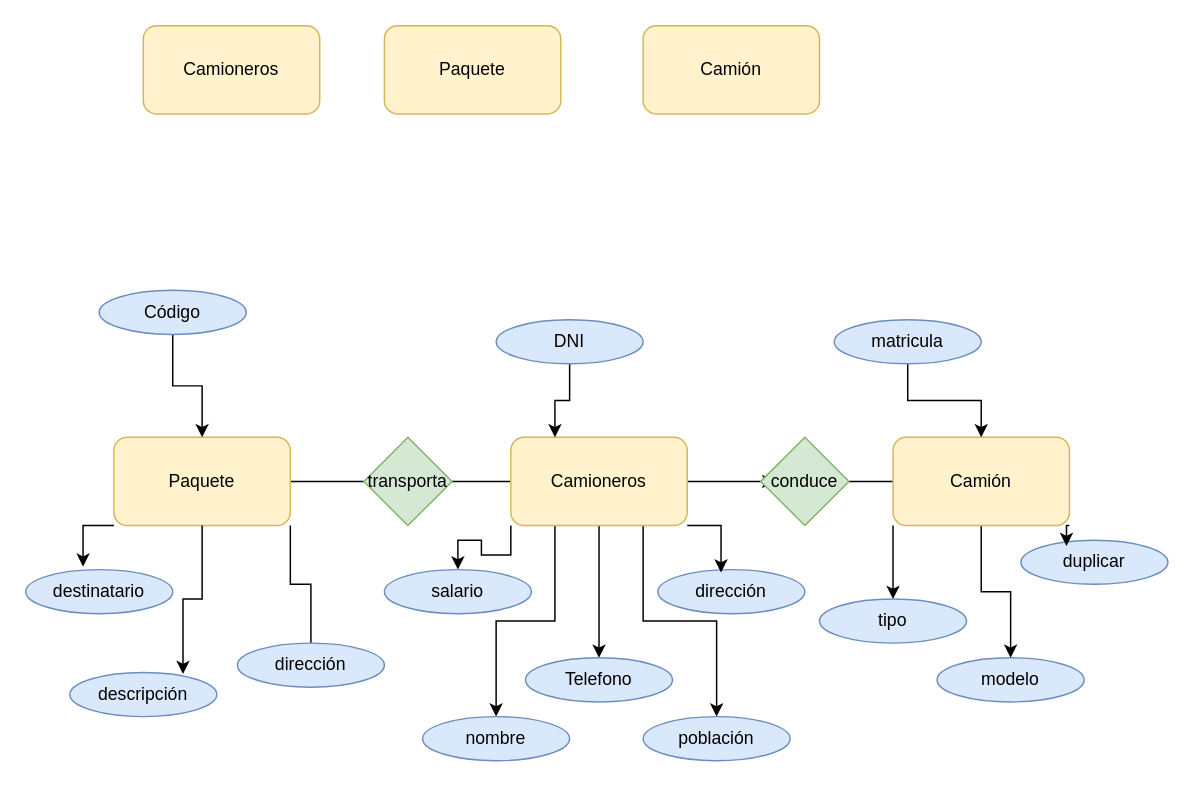
This is Unidad1/tareas/tarea2/Diagrama sin título.drawio from lalayond/base-datos-, a draw.io file, before an edit. Source tidied: cells renumbered, new cells numbered last; positions are measured from the earlier drawing's top-left corner, leaving out a move shared by most shapes. Both pictures are drawn from the tidied source at 147%, with x=0, y=0 at pixel (25, 25).
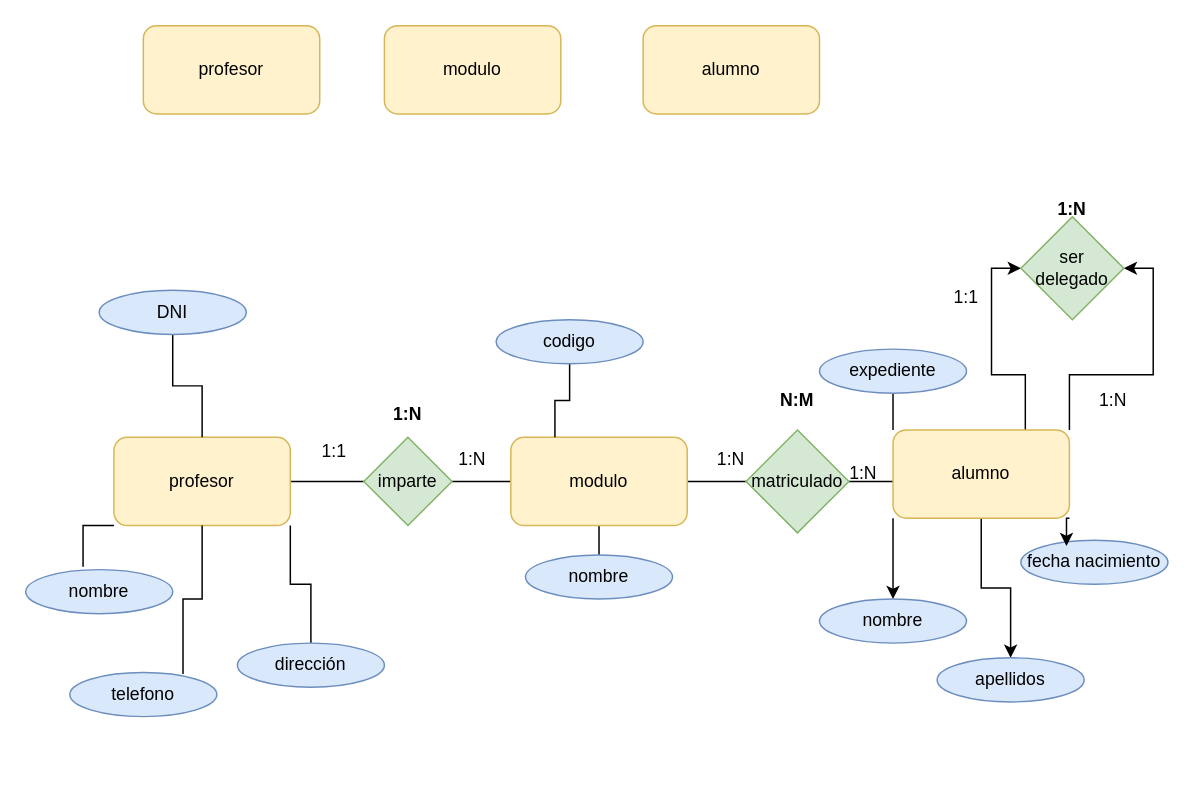
After the change.

The edit, as a diff of the source:
```diff
@@
-    <mxCell id="2" value="Camioneros" style="rounded=1;whiteSpace=wrap;html=1;fillColor=#fff2cc;strokeColor=#d6b656;" parent="1" vertex="1">
+    <mxCell id="2" value="profesor" style="rounded=1;whiteSpace=wrap;html=1;fillColor=#fff2cc;strokeColor=#d6b656;" parent="1" vertex="1">
       <mxGeometry x="80" width="120" height="60" as="geometry" />
     </mxCell>
-    <mxCell id="3" value="Paquete" style="rounded=1;whiteSpace=wrap;html=1;fillColor=#fff2cc;strokeColor=#d6b656;" parent="1" vertex="1">
+    <mxCell id="3" value="modulo" style="rounded=1;whiteSpace=wrap;html=1;fillColor=#fff2cc;strokeColor=#d6b656;" parent="1" vertex="1">
       <mxGeometry x="244" width="120" height="60" as="geometry" />
     </mxCell>
-    <mxCell id="4" value="Camión" style="rounded=1;whiteSpace=wrap;html=1;fillColor=#fff2cc;strokeColor=#d6b656;" parent="1" vertex="1">
+    <mxCell id="4" value="alumno" style="rounded=1;whiteSpace=wrap;html=1;fillColor=#fff2cc;strokeColor=#d6b656;" parent="1" vertex="1">
       <mxGeometry x="420" width="120" height="60" as="geometry" />
     </mxCell>
@@
-    <mxCell id="7" value="Paquete" style="rounded=1;whiteSpace=wrap;html=1;fillColor=#fff2cc;strokeColor=#d6b656;" parent="1" vertex="1">
+    <mxCell id="7" value="profesor" style="rounded=1;whiteSpace=wrap;html=1;fillColor=#fff2cc;strokeColor=#d6b656;" parent="1" vertex="1">
       <mxGeometry x="60" y="280" width="120" height="60" as="geometry" />
     </mxCell>
@@
-    <mxCell id="9" value="transporta" style="rhombus;whiteSpace=wrap;html=1;fillColor=#d5e8d4;strokeColor=#82b366;" parent="1" vertex="1">
+    <mxCell id="9" value="imparte" style="rhombus;whiteSpace=wrap;html=1;fillColor=#d5e8d4;strokeColor=#82b366;" parent="1" vertex="1">
       <mxGeometry x="230" y="280" width="60" height="60" as="geometry" />
     </mxCell>
@@
-    <mxCell id="11" style="edgeStyle=orthogonalEdgeStyle;rounded=0;jettySize=auto;html=1;exitX=0;exitY=1;exitDx=0;exitDy=0;" parent="1" edge="1" source="15" target="28">
+    <mxCell id="11" style="edgeStyle=orthogonalEdgeStyle;rounded=0;jettySize=auto;html=1;exitX=0.5;exitY=1;exitDx=0;exitDy=0;endArrow=none;endFill=0;" parent="1" edge="1" source="15" target="28">
       <mxGeometry relative="1" as="geometry" />
     </mxCell>
-    <mxCell id="12" style="edgeStyle=orthogonalEdgeStyle;rounded=0;jettySize=auto;html=1;exitX=0.25;exitY=1;exitDx=0;exitDy=0;" parent="1" edge="1" source="15" target="27">
-      <mxGeometry relative="1" as="geometry" />
-    </mxCell>
-    <mxCell id="13" style="edgeStyle=orthogonalEdgeStyle;rounded=0;jettySize=auto;html=1;exitX=0.75;exitY=1;exitDx=0;exitDy=0;" parent="1" edge="1" source="15" target="29">
-      <mxGeometry relative="1" as="geometry" />
-    </mxCell>
-    <mxCell id="14" style="edgeStyle=orthogonalEdgeStyle;rounded=0;jettySize=auto;html=1;exitX=0.5;exitY=1;exitDx=0;exitDy=0;entryX=0.5;entryY=0;entryDx=0;entryDy=0;" parent="1" edge="1" source="15" target="33">
-      <mxGeometry relative="1" as="geometry" />
-    </mxCell>
-    <mxCell id="15" value="Camioneros" style="rounded=1;whiteSpace=wrap;html=1;fillColor=#fff2cc;strokeColor=#d6b656;" parent="1" vertex="1">
+    <mxCell id="15" value="modulo" style="rounded=1;whiteSpace=wrap;html=1;fillColor=#fff2cc;strokeColor=#d6b656;" parent="1" vertex="1">
       <mxGeometry x="330" y="280" width="120" height="60" as="geometry" />
     </mxCell>
@@
-    <mxCell id="17" value="conduce" style="rhombus;whiteSpace=wrap;html=1;fillColor=#d5e8d4;strokeColor=#82b366;" parent="1" vertex="1">
-      <mxGeometry x="500" y="280" width="60" height="60" as="geometry" />
+    <mxCell id="17" value="matriculado" style="rhombus;whiteSpace=wrap;html=1;fillColor=#d5e8d4;strokeColor=#82b366;" parent="1" vertex="1">
+      <mxGeometry x="490" y="275" width="70" height="70" as="geometry" />
     </mxCell>
@@
+    <mxCell id="42" style="edgeStyle=orthogonalEdgeStyle;rounded=0;jettySize=auto;html=1;exitX=1;exitY=0;exitDx=0;exitDy=0;entryX=1;entryY=0.5;entryDx=0;entryDy=0;" parent="1" edge="1" source="20" target="45">
+      <mxGeometry relative="1" as="geometry" />
+    </mxCell>
+    <mxCell id="43" style="edgeStyle=orthogonalEdgeStyle;rounded=0;jettySize=auto;html=1;exitX=0.75;exitY=0;exitDx=0;exitDy=0;entryX=0;entryY=0.5;entryDx=0;entryDy=0;" parent="1" edge="1" source="20" target="45">
+      <mxGeometry relative="1" as="geometry" />
+    </mxCell>
+    <mxCell id="44" style="edgeStyle=orthogonalEdgeStyle;rounded=0;jettySize=auto;html=1;exitX=0;exitY=0;exitDx=0;exitDy=0;" parent="1" edge="1" source="20">
+      <mxGeometry relative="1" as="geometry">
+        <mxPoint x="590" y="240" as="targetPoint" />
+      </mxGeometry>
+    </mxCell>
-    <mxCell id="20" value="Camión" style="rounded=1;whiteSpace=wrap;html=1;fillColor=#fff2cc;strokeColor=#d6b656;" parent="1" vertex="1">
-      <mxGeometry x="590" y="280" width="120" height="60" as="geometry" />
+    <mxCell id="20" value="alumno" style="rounded=1;whiteSpace=wrap;html=1;fillColor=#fff2cc;strokeColor=#d6b656;" parent="1" vertex="1">
+      <mxGeometry x="590" y="275" width="120" height="60" as="geometry" />
     </mxCell>
-    <mxCell id="21" style="edgeStyle=orthogonalEdgeStyle;rounded=0;jettySize=auto;html=1;exitX=0.5;exitY=1;exitDx=0;exitDy=0;" parent="1" edge="1" source="22" target="7">
+    <mxCell id="21" style="edgeStyle=orthogonalEdgeStyle;rounded=0;jettySize=auto;html=1;exitX=0.5;exitY=1;exitDx=0;exitDy=0;endArrow=none;endFill=0;" parent="1" edge="1" source="22" target="7">
       <mxGeometry relative="1" as="geometry" />
     </mxCell>
-    <mxCell id="22" value="Código" style="ellipse;whiteSpace=wrap;html=1;fillColor=#dae8fc;strokeColor=#6c8ebf;" parent="1" vertex="1">
+    <mxCell id="22" value="DNI" style="ellipse;whiteSpace=wrap;html=1;fillColor=#dae8fc;strokeColor=#6c8ebf;" parent="1" vertex="1">
       <mxGeometry x="50" y="180" width="100" height="30" as="geometry" />
     </mxCell>
-    <mxCell id="23" value="destinatario" style="ellipse;whiteSpace=wrap;html=1;fillColor=#dae8fc;strokeColor=#6c8ebf;" parent="1" vertex="1">
+    <mxCell id="23" value="nombre" style="ellipse;whiteSpace=wrap;html=1;fillColor=#dae8fc;strokeColor=#6c8ebf;" parent="1" vertex="1">
       <mxGeometry y="370" width="100" height="30" as="geometry" />
     </mxCell>
-    <mxCell id="24" value="descripción" style="ellipse;whiteSpace=wrap;html=1;fillColor=#dae8fc;strokeColor=#6c8ebf;" parent="1" vertex="1">
+    <mxCell id="24" value="telefono" style="ellipse;whiteSpace=wrap;html=1;fillColor=#dae8fc;strokeColor=#6c8ebf;" parent="1" vertex="1">
       <mxGeometry x="30" y="440" width="100" height="30" as="geometry" />
     </mxCell>
@@
-    <mxCell id="26" value="dirección" style="ellipse;whiteSpace=wrap;html=1;fillColor=#dae8fc;strokeColor=#6c8ebf;" parent="1" vertex="1">
-      <mxGeometry x="430" y="370" width="100" height="30" as="geometry" />
-    </mxCell>
-    <mxCell id="27" value="nombre" style="ellipse;whiteSpace=wrap;html=1;fillColor=#dae8fc;strokeColor=#6c8ebf;" parent="1" vertex="1">
-      <mxGeometry x="270" y="470" width="100" height="30" as="geometry" />
-    </mxCell>
-    <mxCell id="28" value="salario" style="ellipse;whiteSpace=wrap;html=1;fillColor=#dae8fc;strokeColor=#6c8ebf;" parent="1" vertex="1">
-      <mxGeometry x="244" y="370" width="100" height="30" as="geometry" />
+    <mxCell id="28" value="nombre" style="ellipse;whiteSpace=wrap;html=1;fillColor=#dae8fc;strokeColor=#6c8ebf;" parent="1" vertex="1">
+      <mxGeometry x="340" y="360" width="100" height="30" as="geometry" />
     </mxCell>
-    <mxCell id="29" value="población" style="ellipse;whiteSpace=wrap;html=1;fillColor=#dae8fc;strokeColor=#6c8ebf;" parent="1" vertex="1">
-      <mxGeometry x="420" y="470" width="100" height="30" as="geometry" />
-    </mxCell>
-    <mxCell id="30" style="edgeStyle=orthogonalEdgeStyle;rounded=0;jettySize=auto;html=1;exitX=0.5;exitY=1;exitDx=0;exitDy=0;entryX=0.25;entryY=0;entryDx=0;entryDy=0;" parent="1" edge="1" source="31" target="15">
+    <mxCell id="30" style="edgeStyle=orthogonalEdgeStyle;rounded=0;jettySize=auto;html=1;exitX=0.5;exitY=1;exitDx=0;exitDy=0;entryX=0.25;entryY=0;entryDx=0;entryDy=0;endArrow=none;endFill=0;" parent="1" edge="1" source="31" target="15">
       <mxGeometry relative="1" as="geometry" />
     </mxCell>
-    <mxCell id="31" value="DNI" style="ellipse;whiteSpace=wrap;html=1;fillColor=#dae8fc;strokeColor=#6c8ebf;" parent="1" vertex="1">
+    <mxCell id="31" value="codigo" style="ellipse;whiteSpace=wrap;html=1;fillColor=#dae8fc;strokeColor=#6c8ebf;" parent="1" vertex="1">
       <mxGeometry x="320" y="200" width="100" height="30" as="geometry" />
     </mxCell>
-    <mxCell id="32" style="edgeStyle=orthogonalEdgeStyle;rounded=0;jettySize=auto;html=1;exitX=1;exitY=1;exitDx=0;exitDy=0;entryX=0.43;entryY=0.067;entryDx=0;entryDy=0;entryPerimeter=0;" parent="1" edge="1" source="15" target="26">
-      <mxGeometry relative="1" as="geometry" />
-    </mxCell>
-    <mxCell id="33" value="Telefono" style="ellipse;whiteSpace=wrap;html=1;fillColor=#dae8fc;strokeColor=#6c8ebf;" parent="1" vertex="1">
-      <mxGeometry x="340" y="430" width="100" height="30" as="geometry" />
-    </mxCell>
-    <mxCell id="34" style="edgeStyle=orthogonalEdgeStyle;rounded=0;jettySize=auto;html=1;exitX=0.5;exitY=1;exitDx=0;exitDy=0;" parent="1" edge="1" source="35" target="20">
-      <mxGeometry relative="1" as="geometry" />
-    </mxCell>
-    <mxCell id="35" value="matricula" style="ellipse;whiteSpace=wrap;html=1;fillColor=#dae8fc;strokeColor=#6c8ebf;" parent="1" vertex="1">
-      <mxGeometry x="550" y="200" width="100" height="30" as="geometry" />
-    </mxCell>
-    <mxCell id="36" value="tipo" style="ellipse;whiteSpace=wrap;html=1;fillColor=#dae8fc;strokeColor=#6c8ebf;" parent="1" vertex="1">
+    <mxCell id="36" value="nombre" style="ellipse;whiteSpace=wrap;html=1;fillColor=#dae8fc;strokeColor=#6c8ebf;" parent="1" vertex="1">
       <mxGeometry x="540" y="390" width="100" height="30" as="geometry" />
     </mxCell>
-    <mxCell id="37" value="duplicar" style="ellipse;whiteSpace=wrap;html=1;fillColor=#dae8fc;strokeColor=#6c8ebf;" parent="1" vertex="1">
+    <mxCell id="37" value="fecha nacimiento" style="ellipse;whiteSpace=wrap;html=1;fillColor=#dae8fc;strokeColor=#6c8ebf;" parent="1" vertex="1">
       <mxGeometry x="677" y="350" width="100" height="30" as="geometry" />
     </mxCell>
-    <mxCell id="38" value="modelo" style="ellipse;whiteSpace=wrap;html=1;fillColor=#dae8fc;strokeColor=#6c8ebf;" parent="1" vertex="1">
+    <mxCell id="38" value="apellidos" style="ellipse;whiteSpace=wrap;html=1;fillColor=#dae8fc;strokeColor=#6c8ebf;" parent="1" vertex="1">
       <mxGeometry x="620" y="430" width="100" height="30" as="geometry" />
     </mxCell>
@@
-    <mxCell id="40" style="edgeStyle=orthogonalEdgeStyle;rounded=0;jettySize=auto;html=1;exitX=0;exitY=1;exitDx=0;exitDy=0;entryX=0.39;entryY=-0.067;entryDx=0;entryDy=0;entryPerimeter=0;" parent="1" edge="1" source="7" target="23">
+    <mxCell id="40" style="edgeStyle=orthogonalEdgeStyle;rounded=0;jettySize=auto;html=1;exitX=0;exitY=1;exitDx=0;exitDy=0;entryX=0.39;entryY=-0.067;entryDx=0;entryDy=0;entryPerimeter=0;endArrow=none;endFill=0;" parent="1" edge="1" source="7" target="23">
       <mxGeometry relative="1" as="geometry" />
     </mxCell>
-    <mxCell id="41" style="edgeStyle=orthogonalEdgeStyle;rounded=0;jettySize=auto;html=1;exitX=0.5;exitY=1;exitDx=0;exitDy=0;entryX=0.77;entryY=0.033;entryDx=0;entryDy=0;entryPerimeter=0;" parent="1" edge="1" source="7" target="24">
+    <mxCell id="41" style="edgeStyle=orthogonalEdgeStyle;rounded=0;jettySize=auto;html=1;exitX=0.5;exitY=1;exitDx=0;exitDy=0;entryX=0.77;entryY=0.033;entryDx=0;entryDy=0;entryPerimeter=0;endArrow=none;endFill=0;" parent="1" edge="1" source="7" target="24">
       <mxGeometry relative="1" as="geometry" />
     </mxCell>
+    <mxCell id="45" value="ser delegado" style="rhombus;whiteSpace=wrap;html=1;fillColor=#d5e8d4;strokeColor=#82b366;" parent="1" vertex="1">
+      <mxGeometry x="677" y="130" width="70" height="70" as="geometry" />
+    </mxCell>
+    <mxCell id="46" value="expediente" style="ellipse;whiteSpace=wrap;html=1;fillColor=#dae8fc;strokeColor=#6c8ebf;" parent="1" vertex="1">
+      <mxGeometry x="540" y="220" width="100" height="30" as="geometry" />
+    </mxCell>
+    <mxCell id="47" value="1:1" style="text;html=1;strokeColor=none;fillColor=none;align=center;verticalAlign=middle;whiteSpace=wrap;rounded=0;" parent="1" vertex="1">
+      <mxGeometry x="180" y="275" width="60" height="30" as="geometry" />
+    </mxCell>
+    <mxCell id="48" value="1:N" style="text;html=1;strokeColor=none;fillColor=none;align=center;verticalAlign=middle;whiteSpace=wrap;rounded=0;" parent="1" vertex="1">
+      <mxGeometry x="274" y="280" width="60" height="30" as="geometry" />
+    </mxCell>
+    <mxCell id="49" value="1:N" style="text;html=1;strokeColor=none;fillColor=none;align=center;verticalAlign=middle;whiteSpace=wrap;rounded=0;" parent="1" vertex="1">
+      <mxGeometry x="450" y="280" width="60" height="30" as="geometry" />
+    </mxCell>
+    <mxCell id="50" value="1:N" style="text;html=1;strokeColor=none;fillColor=none;align=center;verticalAlign=middle;whiteSpace=wrap;rounded=0;" parent="1" vertex="1">
+      <mxGeometry x="540" y="290" width="60" height="30" as="geometry" />
+    </mxCell>
+    <mxCell id="51" value="1:N" style="text;html=1;strokeColor=none;fillColor=none;align=center;verticalAlign=middle;whiteSpace=wrap;rounded=0;" parent="1" vertex="1">
+      <mxGeometry x="710" y="240" width="60" height="30" as="geometry" />
+    </mxCell>
+    <mxCell id="52" value="1:1" style="text;html=1;strokeColor=none;fillColor=none;align=center;verticalAlign=middle;whiteSpace=wrap;rounded=0;" parent="1" vertex="1">
+      <mxGeometry x="610" y="170" width="60" height="30" as="geometry" />
+    </mxCell>
+    <mxCell id="53" value="1:N" style="text;html=1;strokeColor=none;fillColor=none;align=center;verticalAlign=middle;whiteSpace=wrap;rounded=0;fontStyle=1;" parent="1" vertex="1">
+      <mxGeometry x="230" y="250" width="60" height="30" as="geometry" />
+    </mxCell>
+    <mxCell id="54" value="1:N" style="text;html=1;strokeColor=none;fillColor=none;align=center;verticalAlign=middle;whiteSpace=wrap;rounded=0;fontStyle=1;" parent="1" vertex="1">
+      <mxGeometry x="682" y="110" width="60" height="30" as="geometry" />
+    </mxCell>
+    <mxCell id="55" value="N:M" style="text;html=1;strokeColor=none;fillColor=none;align=center;verticalAlign=middle;whiteSpace=wrap;rounded=0;fontStyle=1;" parent="1" vertex="1">
+      <mxGeometry x="495" y="240" width="60" height="30" as="geometry" />
+    </mxCell>
```
